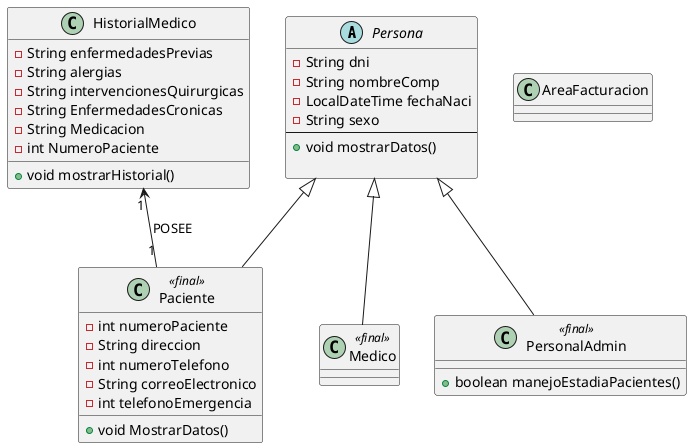
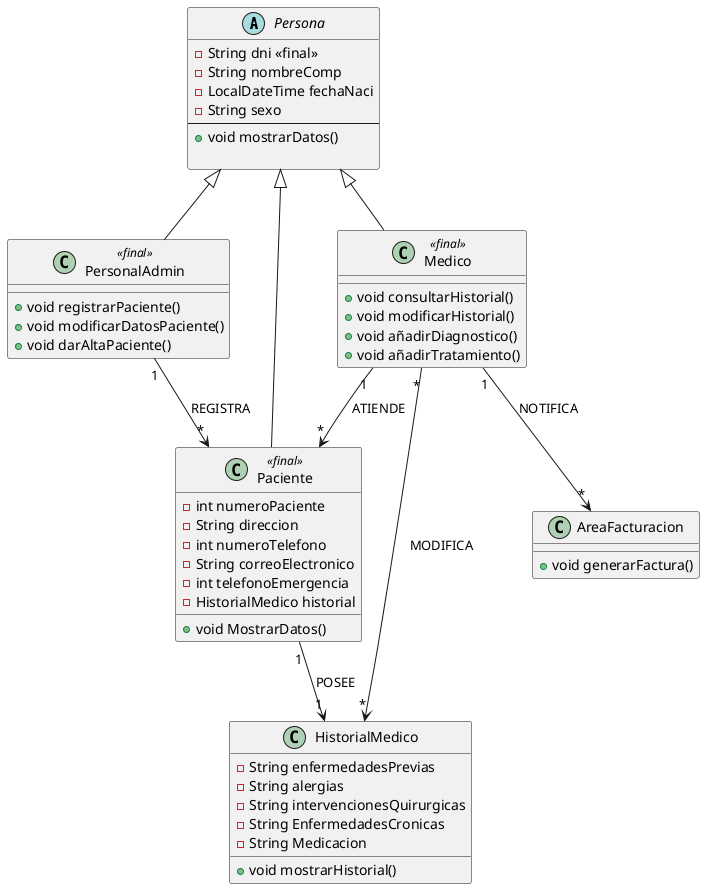
@startuml

abstract class Persona{
-     - String dni
+     - String dni <<final>>
    - String nombreComp
    - LocalDateTime fechaNaci
    - String sexo
    ---
    + void mostrarDatos()

}

class PersonalAdmin <<final>>{

-     + boolean manejoEstadiaPacientes()
+     + void registrarPaciente()
+     + void modificarDatosPaciente()
+     + void darAltaPaciente()

}

class Paciente <<final>>{

    - int numeroPaciente
    - String direccion
    - int numeroTelefono
    - String correoElectronico
    - int telefonoEmergencia
+     - HistorialMedico historial

    + void MostrarDatos()

}

class HistorialMedico{

    - String enfermedadesPrevias
    - String alergias
    - String intervencionesQuirurgicas
    - String EnfermedadesCronicas
    - String Medicacion
-     - int NumeroPaciente

    + void mostrarHistorial()
- 
- 
}

- class Medico <<final>>{
- 
+ class Medico <<final>> {
+     + void consultarHistorial()
+     + void modificarHistorial()
+     + void añadirDiagnostico()
+     + void añadirTratamiento()
}

class AreaFacturacion{
+     + void generarFactura()

}


Persona <|-- Paciente
Persona <|-- Medico
Persona <|-- PersonalAdmin
- HistorialMedico "1" <-- "1" Paciente : POSEE
+ Paciente "1" --> "1" HistorialMedico : POSEE
+ PersonalAdmin "1" --> "*" Paciente : REGISTRA
+ Medico "*" --> "*" HistorialMedico : MODIFICA
+ Medico "1" --> "*" AreaFacturacion : NOTIFICA
+ Medico "1" --> "*" Paciente : ATIENDE
@enduml
